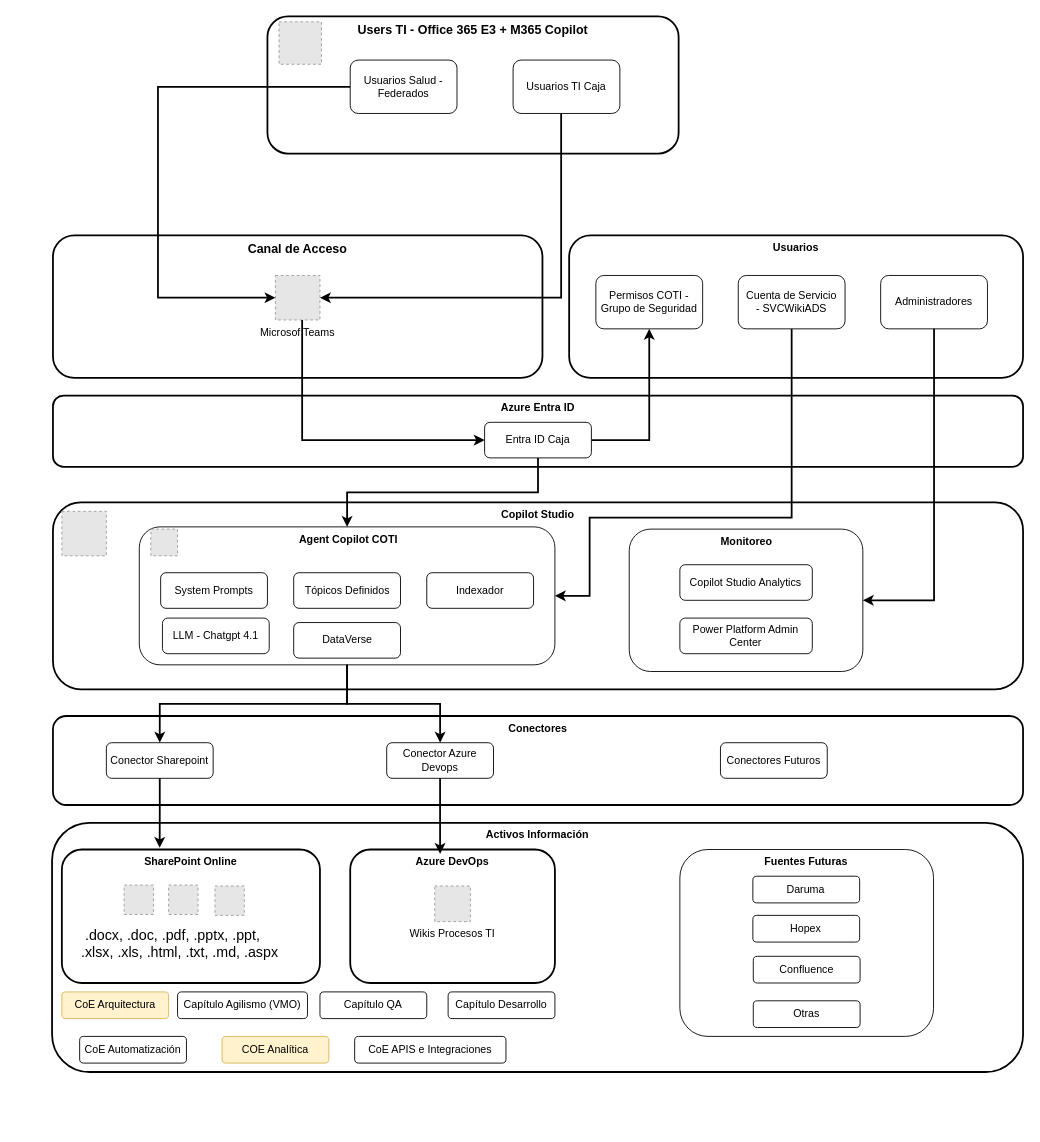
Above: page "Page-6" (5 of 8) of Proyecto Gestión Conocimiento.drawio in carlosvalderrama1204/diagrams (draw.io), before the change. Source tidied: cells renumbered, new cells numbered last; positions are measured from the earlier drawing's top-left corner, leaving out a move shared by most shapes. Both pictures are drawn from the tidied source at 89%, with x=0, y=0 at pixel (52, 16). Pictures stored in the file or linked from it are replaced by grey dashed boxes.
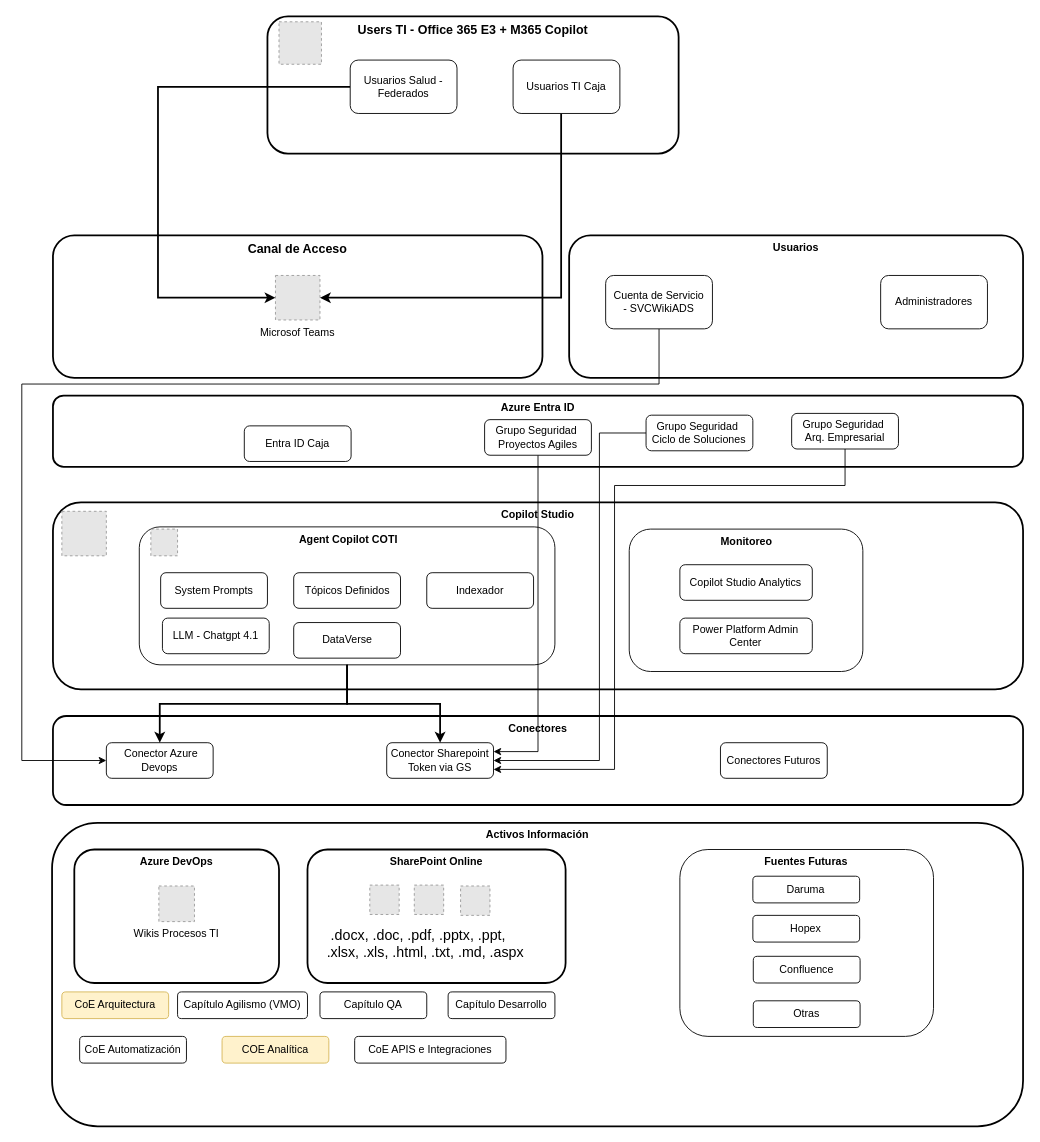
Above is the later version.

Unchanged cells that the change refers to:
```xml
<mxCell id="4" value="Microsof Teams" style="fillColor=#E6E6E6;strokeColor=#999999;dashed=1;verticalLabelPosition=bottom;labelBackgroundColor=default;verticalAlign=top;" parent="1" vertex="1">
  <mxGeometry x="251" y="291" width="50" height="50" as="geometry" />
</mxCell>
<mxCell id="7" value="Administradores" style="rounded=1;whiteSpace=wrap;html=1;" parent="1" vertex="1">
  <mxGeometry x="931" y="291" width="120" height="60" as="geometry" />
</mxCell>
<mxCell id="12" value="&amp;nbsp;Agent Copilot COTI" style="rounded=1;whiteSpace=wrap;html=1;fontStyle=1;verticalAlign=top;" parent="1" vertex="1">
  <mxGeometry x="98" y="573.5" width="467" height="155" as="geometry" />
</mxCell>
<mxCell id="40" value="&lt;b&gt;Monitoreo&lt;/b&gt;" style="rounded=1;whiteSpace=wrap;html=1;verticalAlign=top;" parent="1" vertex="1">
  <mxGeometry x="648.5" y="576" width="262.5" height="160" as="geometry" />
</mxCell>
```

Change to the diagram source:
```diff
@@
     <mxCell id="2" value="Activos Información" style="rounded=1;whiteSpace=wrap;html=1;strokeWidth=2;fontStyle=1;verticalAlign=top;" parent="1" vertex="1">
-      <mxGeometry y="906" width="1091" height="280" as="geometry" />
+      <mxGeometry y="906" width="1091" height="341" as="geometry" />
     </mxCell>
@@
-    <mxCell id="6" value="Permisos COTI - Grupo de Seguridad" style="rounded=1;whiteSpace=wrap;html=1;" parent="1" vertex="1">
-      <mxGeometry x="611" y="291" width="120" height="60" as="geometry" />
-    </mxCell>
@@
-    <mxCell id="9" style="edgeStyle=orthogonalEdgeStyle;rounded=0;jettySize=auto;html=1;entryX=0.5;entryY=1;entryDx=0;entryDy=0;strokeWidth=2;" parent="1" edge="1" source="10" target="6">
-      <mxGeometry relative="1" as="geometry" />
-    </mxCell>
     <mxCell id="10" value="Entra ID Caja" style="rounded=1;whiteSpace=wrap;html=1;" parent="1" vertex="1">
-      <mxGeometry x="486" y="456" width="120" height="40" as="geometry" />
+      <mxGeometry x="216" y="460" width="120" height="40" as="geometry" />
     </mxCell>
@@
-    <mxCell id="16" value="Conector Sharepoint" style="rounded=1;whiteSpace=wrap;html=1;" parent="1" vertex="1">
+    <mxCell id="16" value="&amp;nbsp;Conector Azure Devops" style="rounded=1;whiteSpace=wrap;html=1;" parent="1" vertex="1">
       <mxGeometry x="61" y="816" width="120" height="40" as="geometry" />
     </mxCell>
-    <mxCell id="17" value="Conector Azure Devops" style="rounded=1;whiteSpace=wrap;html=1;" parent="1" vertex="1">
+    <mxCell id="17" value="Conector Sharepoint Token via GS" style="rounded=1;whiteSpace=wrap;html=1;" parent="1" vertex="1">
       <mxGeometry x="376" y="816" width="120" height="40" as="geometry" />
     </mxCell>
     <mxCell id="18" value="&lt;b&gt;SharePoint Online&lt;/b&gt;" style="rounded=1;whiteSpace=wrap;html=1;verticalAlign=top;strokeWidth=2;" parent="1" vertex="1">
-      <mxGeometry x="11" y="936" width="290" height="150" as="geometry" />
+      <mxGeometry x="287" y="936" width="290" height="150" as="geometry" />
     </mxCell>
     <mxCell id="19" value="&lt;span style=&quot;font-size:12.0pt;font-family:&amp;quot;Aptos&amp;quot;,sans-serif;&#10;mso-fareast-font-family:&amp;quot;Times New Roman&amp;quot;;mso-bidi-font-family:Aptos;&#10;color:black;mso-ansi-language:ES-CO;mso-fareast-language:ES-CO;mso-bidi-language:&#10;AR-SA&quot;&gt;&lt;span style=&quot;mso-spacerun:yes&quot;&gt;&amp;nbsp;&lt;/span&gt;.docx, .doc, .pdf, .pptx, .ppt,&#10;.xlsx, .xls, .html, .txt, .md, .aspx&lt;/span&gt;" style="text;whiteSpace=wrap;html=1;" parent="1" vertex="1">
-      <mxGeometry x="31" y="1016" width="250" height="60" as="geometry" />
+      <mxGeometry x="307" y="1016" width="250" height="60" as="geometry" />
     </mxCell>
     <mxCell id="20" value="&lt;b&gt;Azure DevOps&lt;/b&gt;" style="rounded=1;whiteSpace=wrap;html=1;verticalAlign=top;strokeWidth=2;" parent="1" vertex="1">
-      <mxGeometry x="335" y="936" width="230" height="150" as="geometry" />
+      <mxGeometry x="25" y="936" width="230" height="150" as="geometry" />
     </mxCell>
     <mxCell id="21" style="fillColor=#E6E6E6;strokeColor=#999999;dashed=1;verticalLabelPosition=bottom;labelBackgroundColor=default;verticalAlign=top;" parent="1" vertex="1">
-      <mxGeometry x="81" y="976" width="33" height="33" as="geometry" />
+      <mxGeometry x="357" y="976" width="33" height="33" as="geometry" />
     </mxCell>
     <mxCell id="22" style="fillColor=#E6E6E6;strokeColor=#999999;dashed=1;verticalLabelPosition=bottom;labelBackgroundColor=default;verticalAlign=top;" parent="1" vertex="1">
-      <mxGeometry x="131" y="976" width="33" height="33" as="geometry" />
+      <mxGeometry x="407" y="976" width="33" height="33" as="geometry" />
     </mxCell>
     <mxCell id="23" style="fillColor=#E6E6E6;strokeColor=#999999;dashed=1;verticalLabelPosition=bottom;labelBackgroundColor=default;verticalAlign=top;" parent="1" vertex="1">
-      <mxGeometry x="183" y="977" width="33" height="33" as="geometry" />
+      <mxGeometry x="459" y="977" width="33" height="33" as="geometry" />
     </mxCell>
     <mxCell id="24" value="Wikis Procesos TI" style="fillColor=#E6E6E6;strokeColor=#999999;dashed=1;verticalLabelPosition=bottom;labelBackgroundColor=default;verticalAlign=top;" parent="1" vertex="1">
-      <mxGeometry x="430" y="977" width="40" height="40" as="geometry" />
+      <mxGeometry x="120" y="977" width="40" height="40" as="geometry" />
     </mxCell>
@@
-    <mxCell id="38" style="edgeStyle=orthogonalEdgeStyle;rounded=0;jettySize=auto;html=1;entryX=1;entryY=0.5;entryDx=0;entryDy=0;strokeWidth=2;" parent="1" edge="1" source="39" target="12">
-      <mxGeometry relative="1" as="geometry">
-        <Array as="points">
-          <mxPoint x="831" y="563" />
-          <mxPoint x="604" y="563" />
-          <mxPoint x="604" y="651" />
-        </Array>
-      </mxGeometry>
-    </mxCell>
+    <mxCell id="62" style="edgeStyle=orthogonalEdgeStyle;rounded=0;jettySize=auto;html=1;entryX=0;entryY=0.5;entryDx=0;entryDy=0;" parent="1" edge="1" source="39" target="16">
+      <mxGeometry relative="1" as="geometry">
+        <Array as="points">
+          <mxPoint x="682" y="413" />
+          <mxPoint x="-34" y="413" />
+          <mxPoint x="-34" y="836" />
+        </Array>
+      </mxGeometry>
+    </mxCell>
     <mxCell id="39" value="Cuenta de Servicio&lt;br&gt;- SVCWikiADS" style="rounded=1;whiteSpace=wrap;html=1;" parent="1" vertex="1">
-      <mxGeometry x="771" y="291" width="120" height="60" as="geometry" />
+      <mxGeometry x="622" y="291" width="120" height="60" as="geometry" />
     </mxCell>
@@
-    <mxCell id="49" style="edgeStyle=orthogonalEdgeStyle;rounded=0;jettySize=auto;html=1;entryX=1;entryY=0.5;entryDx=0;entryDy=0;strokeWidth=2;" parent="1" edge="1" source="7" target="40">
-      <mxGeometry relative="1" as="geometry">
-        <Array as="points">
-          <mxPoint x="991" y="656" />
-        </Array>
-      </mxGeometry>
-    </mxCell>
-    <mxCell id="50" style="edgeStyle=orthogonalEdgeStyle;rounded=0;jettySize=auto;html=1;entryX=0;entryY=0.5;entryDx=0;entryDy=0;strokeWidth=2;" parent="1" edge="1" source="4" target="10">
-      <mxGeometry relative="1" as="geometry">
-        <Array as="points">
-          <mxPoint x="281" y="476" />
-        </Array>
-      </mxGeometry>
-    </mxCell>
-    <mxCell id="51" style="edgeStyle=orthogonalEdgeStyle;rounded=0;jettySize=auto;html=1;entryX=0.379;entryY=-0.013;entryDx=0;entryDy=0;entryPerimeter=0;strokeWidth=2;" parent="1" edge="1" source="16" target="18">
-      <mxGeometry relative="1" as="geometry" />
-    </mxCell>
-    <mxCell id="52" style="edgeStyle=orthogonalEdgeStyle;rounded=0;jettySize=auto;html=1;entryX=0.439;entryY=0.033;entryDx=0;entryDy=0;entryPerimeter=0;strokeWidth=2;" parent="1" edge="1" source="17" target="20">
-      <mxGeometry relative="1" as="geometry" />
-    </mxCell>
-    <mxCell id="53" style="edgeStyle=orthogonalEdgeStyle;rounded=0;jettySize=auto;html=1;entryX=0.5;entryY=0;entryDx=0;entryDy=0;strokeWidth=2;" parent="1" edge="1" source="10" target="12">
-      <mxGeometry relative="1" as="geometry" />
-    </mxCell>
@@
+    <mxCell id="63" style="edgeStyle=orthogonalEdgeStyle;rounded=0;jettySize=auto;html=1;entryX=1;entryY=0.25;entryDx=0;entryDy=0;" parent="1" edge="1" source="64" target="17">
+      <mxGeometry relative="1" as="geometry" />
+    </mxCell>
+    <mxCell id="64" value="Grupo Seguridad&amp;nbsp; Proyectos Agiles" style="rounded=1;whiteSpace=wrap;html=1;" parent="1" vertex="1">
+      <mxGeometry x="486" y="453" width="120" height="40" as="geometry" />
+    </mxCell>
+    <mxCell id="65" style="edgeStyle=orthogonalEdgeStyle;rounded=0;jettySize=auto;html=1;entryX=1;entryY=0.5;entryDx=0;entryDy=0;" parent="1" edge="1" source="66" target="17">
+      <mxGeometry relative="1" as="geometry">
+        <Array as="points">
+          <mxPoint x="615" y="468" />
+          <mxPoint x="615" y="836" />
+        </Array>
+      </mxGeometry>
+    </mxCell>
+    <mxCell id="66" value="Grupo Seguridad&amp;nbsp; Ciclo de Soluciones" style="rounded=1;whiteSpace=wrap;html=1;" parent="1" vertex="1">
+      <mxGeometry x="667.4" y="448" width="120" height="40" as="geometry" />
+    </mxCell>
+    <mxCell id="67" style="edgeStyle=orthogonalEdgeStyle;rounded=0;jettySize=auto;html=1;entryX=1;entryY=0.75;entryDx=0;entryDy=0;" parent="1" edge="1" source="68" target="17">
+      <mxGeometry relative="1" as="geometry">
+        <Array as="points">
+          <mxPoint x="891" y="527" />
+          <mxPoint x="632" y="527" />
+          <mxPoint x="632" y="846" />
+        </Array>
+      </mxGeometry>
+    </mxCell>
+    <mxCell id="68" value="Grupo Seguridad&amp;nbsp; Arq. Empresarial" style="rounded=1;whiteSpace=wrap;html=1;" parent="1" vertex="1">
+      <mxGeometry x="831" y="446" width="120" height="40" as="geometry" />
+    </mxCell>
```
